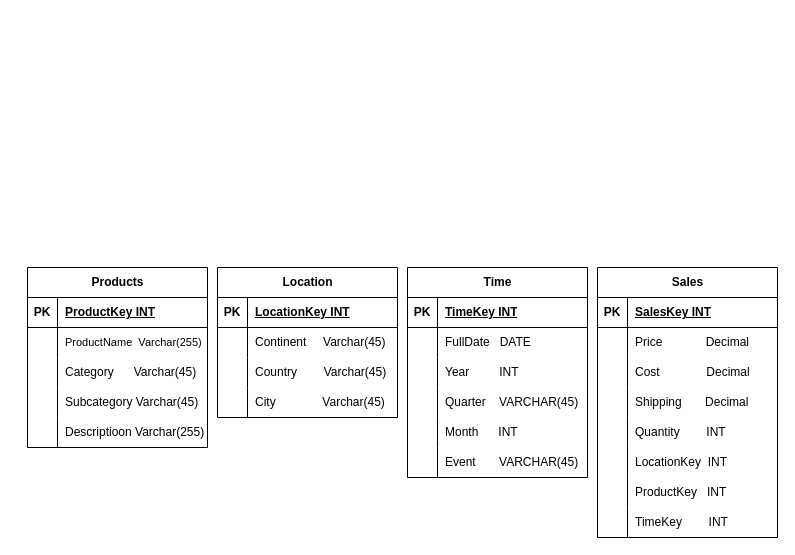
Above: Untitled Diagram.drawio in jkaewprateep/Diagrams (draw.io), before the change. Source tidied: cells renumbered, new cells numbered last; positions are measured from the earlier drawing's top-left corner, leaving out a move shared by most shapes. Both pictures are drawn from the tidied source at 100%, with x=0, y=0 at pixel (27, 267).
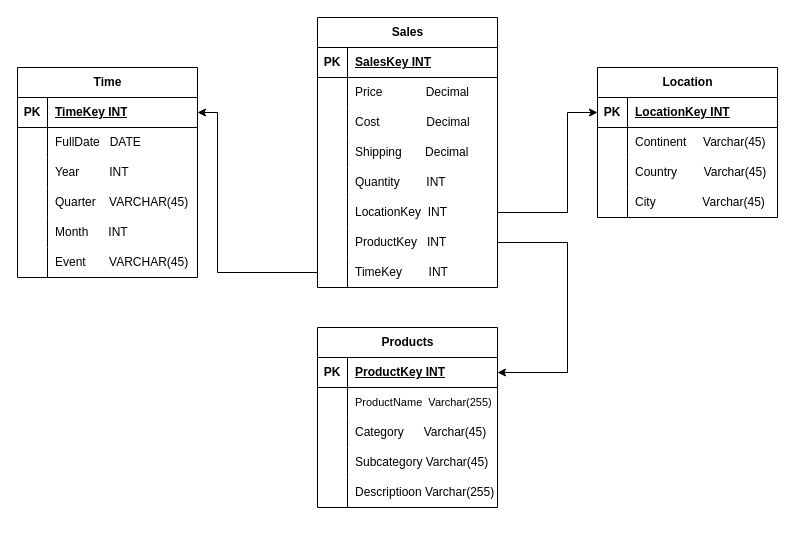
The same page after the edit.

The change refers to these unchanged cells:
```xml
<mxCell id="3" style="shape=tableRow;horizontal=0;startSize=0;swimlaneHead=0;swimlaneBody=0;fillColor=none;points=[[0,0.5],[1,0.5]];portConstraint=eastwest;top=0;left=0;right=0;bottom=1;" parent="2" vertex="1">
  <mxGeometry y="30" width="180" height="30" as="geometry" />
</mxCell>
<mxCell id="19" style="shape=tableRow;horizontal=0;startSize=0;swimlaneHead=0;swimlaneBody=0;fillColor=none;points=[[0,0.5],[1,0.5]];portConstraint=eastwest;top=0;left=0;right=0;bottom=1;" parent="18" vertex="1">
  <mxGeometry y="30" width="180" height="30" as="geometry" />
</mxCell>
<mxCell id="32" style="shape=tableRow;horizontal=0;startSize=0;swimlaneHead=0;swimlaneBody=0;fillColor=none;points=[[0,0.5],[1,0.5]];portConstraint=eastwest;top=0;left=0;right=0;bottom=1;" parent="31" vertex="1">
  <mxGeometry y="30" width="180" height="30" as="geometry" />
</mxCell>
<mxCell id="66" style="shape=tableRow;horizontal=0;startSize=0;swimlaneHead=0;swimlaneBody=0;fillColor=none;points=[[0,0.5],[1,0.5]];portConstraint=eastwest;top=0;left=0;right=0;bottom=0;" parent="50" vertex="1">
  <mxGeometry y="180" width="180" height="30" as="geometry" />
</mxCell>
<mxCell id="69" style="shape=tableRow;horizontal=0;startSize=0;swimlaneHead=0;swimlaneBody=0;fillColor=none;points=[[0,0.5],[1,0.5]];portConstraint=eastwest;top=0;left=0;right=0;bottom=0;" parent="50" vertex="1">
  <mxGeometry y="210" width="180" height="30" as="geometry" />
</mxCell>
<mxCell id="72" style="shape=tableRow;horizontal=0;startSize=0;swimlaneHead=0;swimlaneBody=0;fillColor=none;points=[[0,0.5],[1,0.5]];portConstraint=eastwest;top=0;left=0;right=0;bottom=0;" parent="50" vertex="1">
  <mxGeometry y="240" width="180" height="30" as="geometry" />
</mxCell>
```

What changed in the source:
```diff
@@
     <mxCell id="2" value="Products" style="shape=table;startSize=30;childLayout=tableLayout;rowLines=0;fontStyle=1;align=center;html=1;" parent="1" vertex="1">
-      <mxGeometry width="180" height="180" as="geometry" />
+      <mxGeometry x="290" y="60" width="180" height="180" as="geometry" />
     </mxCell>
@@
     <mxCell id="18" value="Location" style="shape=table;startSize=30;childLayout=tableLayout;rowLines=0;fontStyle=1;align=center;html=1;" parent="1" vertex="1">
-      <mxGeometry x="190" width="180" height="150" as="geometry" />
+      <mxGeometry x="570" y="-200" width="180" height="150" as="geometry" />
     </mxCell>
@@
     <mxCell id="31" value="Time" style="shape=table;startSize=30;childLayout=tableLayout;rowLines=0;fontStyle=1;align=center;html=1;" parent="1" vertex="1">
-      <mxGeometry x="380" width="180" height="210" as="geometry" />
+      <mxGeometry x="-10" y="-200" width="180" height="210" as="geometry" />
     </mxCell>
@@
     <mxCell id="50" value="Sales" style="shape=table;startSize=30;childLayout=tableLayout;rowLines=0;fontStyle=1;align=center;html=1;" parent="1" vertex="1">
-      <mxGeometry x="570" width="180" height="270" as="geometry" />
+      <mxGeometry x="290" y="-250" width="180" height="270" as="geometry" />
     </mxCell>
@@
+    <mxCell id="75" style="endArrow=classic;html=1;rounded=0;entryX=1;entryY=0.5;entryDx=0;entryDy=0;exitX=0;exitY=0.5;exitDx=0;exitDy=0;" parent="1" edge="1" source="72" target="32">
+      <mxGeometry relative="1" as="geometry">
+        <Array as="points">
+          <mxPoint x="190" y="5" />
+          <mxPoint x="190" y="-155" />
+        </Array>
+      </mxGeometry>
+    </mxCell>
+    <mxCell id="76" style="endArrow=classic;html=1;rounded=0;exitX=1;exitY=0.5;exitDx=0;exitDy=0;entryX=0;entryY=0.5;entryDx=0;entryDy=0;" parent="1" edge="1" source="66" target="19">
+      <mxGeometry relative="1" as="geometry">
+        <Array as="points">
+          <mxPoint x="540" y="-55" />
+          <mxPoint x="540" y="-155" />
+        </Array>
+      </mxGeometry>
+    </mxCell>
+    <mxCell id="77" style="endArrow=classic;html=1;rounded=0;exitX=1;exitY=0.5;exitDx=0;exitDy=0;entryX=1;entryY=0.5;entryDx=0;entryDy=0;" parent="1" edge="1" source="69" target="3">
+      <mxGeometry relative="1" as="geometry">
+        <Array as="points">
+          <mxPoint x="540" y="-25" />
+          <mxPoint x="540" y="105" />
+        </Array>
+      </mxGeometry>
+    </mxCell>
```
